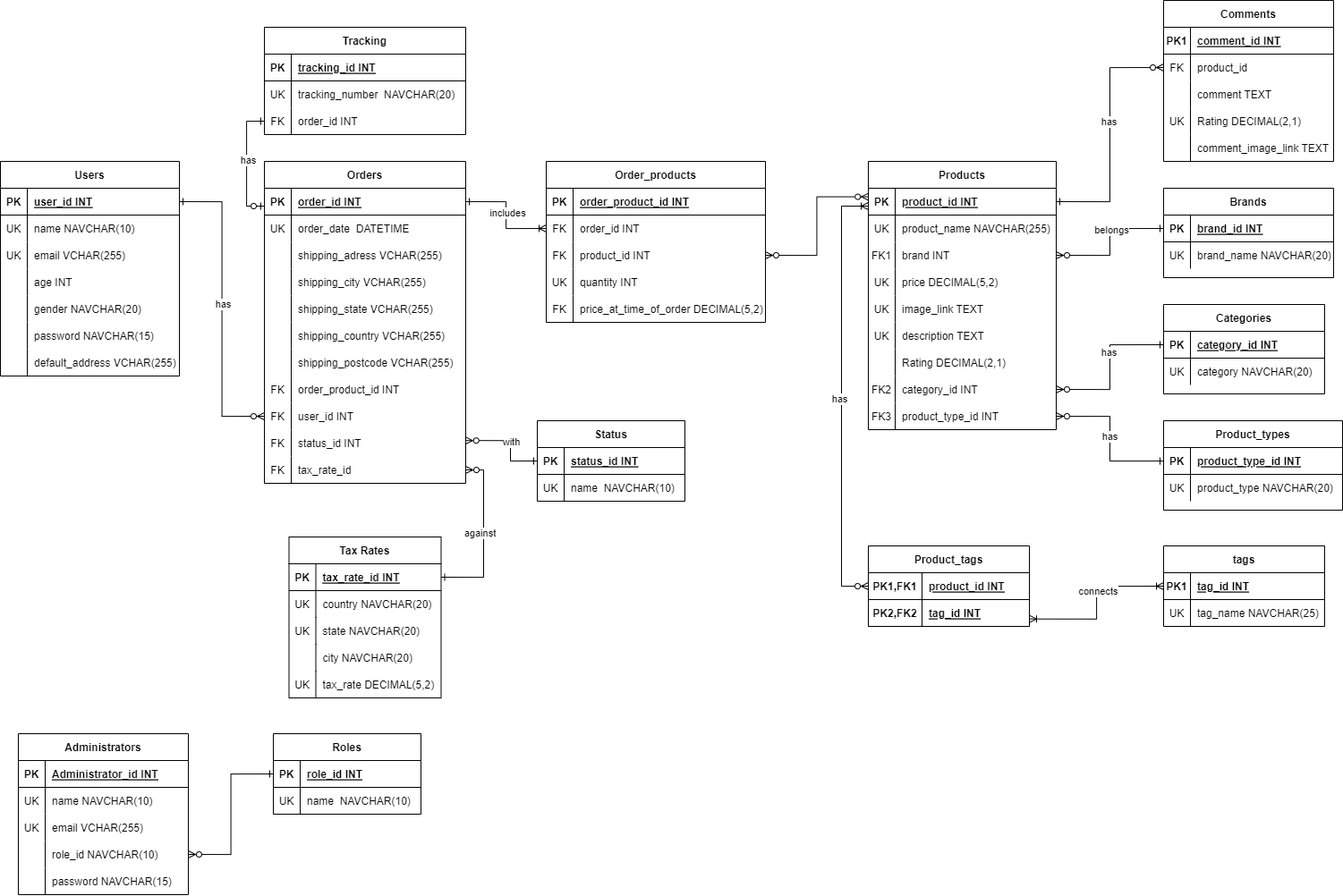
This is Make_up_e-commerce-store_ERD_update.drawio.png from jyang5-rrc/Full_stack_web_final_project, a draw.io export, as it was before one commit. Source tidied: cells renumbered, new cells last; positions are measured from the earlier drawing's top-left corner, leaving out a move shared by most shapes.
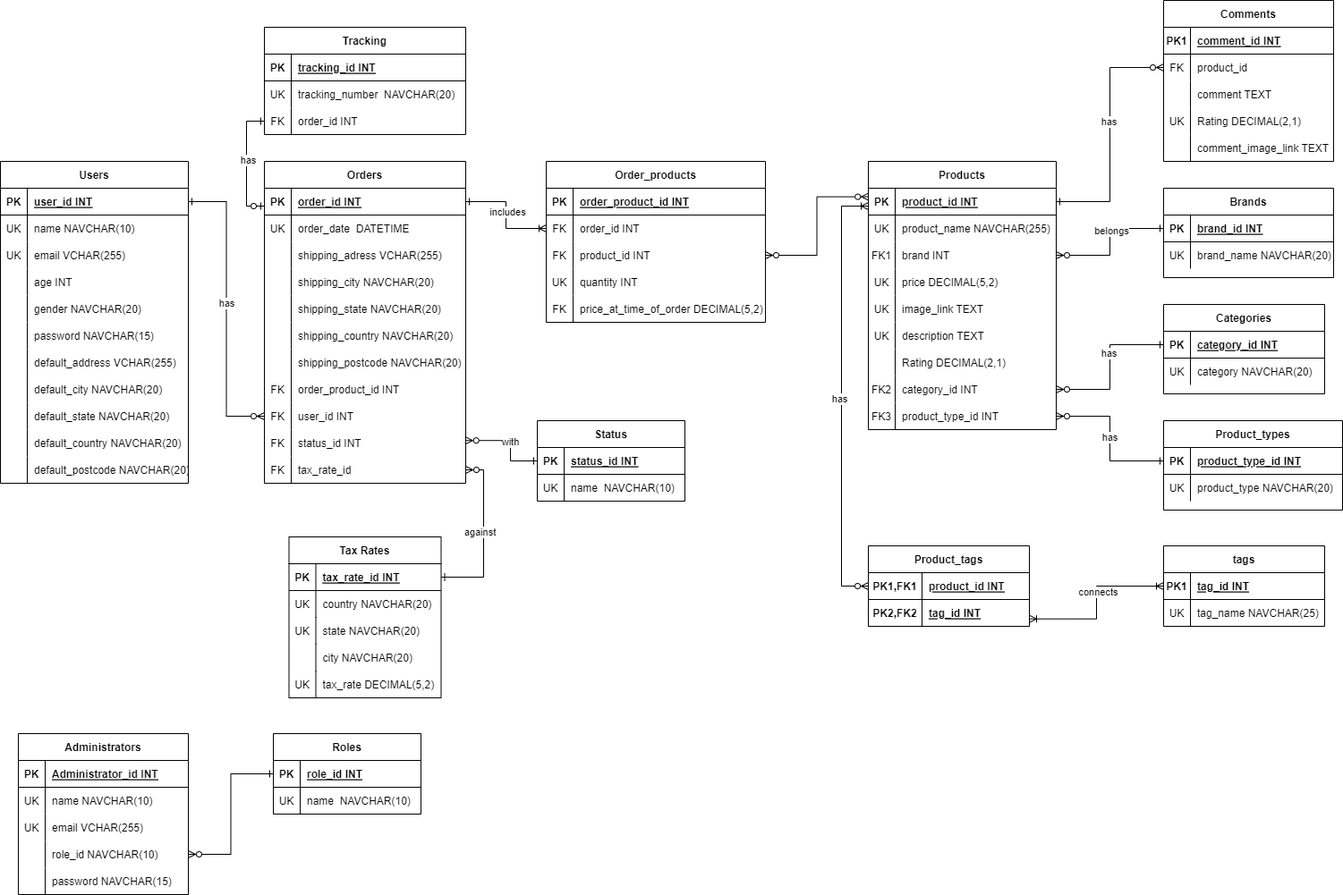
Above is the later version.

Change to the diagram source:
```diff
@@ -283,71 +283,107 @@
       <mxGeometry x="-0.11" y="-2" relative="1" as="geometry" />
     </mxCell>
     <mxCell id="93" value="Users" style="shape=table;startSize=30;rowLines=0;fontStyle=1;align=center;" parent="1" vertex="1">
-      <mxGeometry y="180" width="200" height="240" as="geometry" />
+      <mxGeometry y="180" width="210" height="360" as="geometry" />
     </mxCell>
     <mxCell id="94" style="shape=partialRectangle;fillColor=none;points=[[0,0.5],[1,0.5]];portConstraint=eastwest;top=0;left=0;right=0;bottom=1;" parent="93" vertex="1">
-      <mxGeometry y="30" width="200" height="30" as="geometry" />
+      <mxGeometry y="30" width="210" height="30" as="geometry" />
     </mxCell>
     <mxCell id="95" value="PK" style="shape=partialRectangle;overflow=hidden;fillColor=none;top=0;left=0;bottom=0;right=0;fontStyle=1;" parent="94" vertex="1">
       <mxGeometry width="30" height="30" as="geometry" />
     </mxCell>
     <mxCell id="96" value="user_id INT" style="shape=partialRectangle;overflow=hidden;fillColor=none;top=0;left=0;bottom=0;right=0;align=left;spacingLeft=6;fontStyle=5;" parent="94" vertex="1">
-      <mxGeometry x="30" width="170" height="30" as="geometry" />
+      <mxGeometry x="30" width="180" height="30" as="geometry" />
     </mxCell>
     <mxCell id="97" style="shape=partialRectangle;fillColor=none;top=0;left=0;right=0;bottom=0;" parent="93" vertex="1">
-      <mxGeometry y="60" width="200" height="30" as="geometry" />
+      <mxGeometry y="60" width="210" height="30" as="geometry" />
     </mxCell>
     <mxCell id="98" value="UK" style="shape=partialRectangle;overflow=hidden;fillColor=none;top=0;left=0;bottom=0;right=0;" parent="97" vertex="1">
       <mxGeometry width="30" height="30" as="geometry" />
     </mxCell>
     <mxCell id="99" value="name NAVCHAR(10) " style="shape=partialRectangle;overflow=hidden;fillColor=none;top=0;left=0;bottom=0;right=0;align=left;spacingLeft=6;" parent="97" vertex="1">
-      <mxGeometry x="30" width="170" height="30" as="geometry" />
+      <mxGeometry x="30" width="180" height="30" as="geometry" />
     </mxCell>
     <mxCell id="100" style="shape=partialRectangle;fillColor=none;top=0;left=0;right=0;bottom=0;" parent="93" vertex="1">
-      <mxGeometry y="90" width="200" height="30" as="geometry" />
+      <mxGeometry y="90" width="210" height="30" as="geometry" />
     </mxCell>
     <mxCell id="101" value="UK" style="shape=partialRectangle;overflow=hidden;fillColor=none;top=0;left=0;bottom=0;right=0;" parent="100" vertex="1">
       <mxGeometry width="30" height="30" as="geometry" />
     </mxCell>
     <mxCell id="102" value="email VCHAR(255) " style="shape=partialRectangle;overflow=hidden;fillColor=none;top=0;left=0;bottom=0;right=0;align=left;spacingLeft=6;" parent="100" vertex="1">
-      <mxGeometry x="30" width="170" height="30" as="geometry" />
+      <mxGeometry x="30" width="180" height="30" as="geometry" />
     </mxCell>
     <mxCell id="103" style="shape=partialRectangle;fillColor=none;top=0;left=0;right=0;bottom=0;" parent="93" vertex="1">
-      <mxGeometry y="120" width="200" height="30" as="geometry" />
+      <mxGeometry y="120" width="210" height="30" as="geometry" />
     </mxCell>
     <mxCell id="104" style="shape=partialRectangle;overflow=hidden;fillColor=none;top=0;left=0;bottom=0;right=0;" parent="103" vertex="1">
       <mxGeometry width="30" height="30" as="geometry" />
     </mxCell>
     <mxCell id="105" value="age INT" style="shape=partialRectangle;overflow=hidden;fillColor=none;top=0;left=0;bottom=0;right=0;align=left;spacingLeft=6;" parent="103" vertex="1">
-      <mxGeometry x="30" width="170" height="30" as="geometry" />
+      <mxGeometry x="30" width="180" height="30" as="geometry" />
     </mxCell>
     <mxCell id="106" style="shape=partialRectangle;fillColor=none;top=0;left=0;right=0;bottom=0;" parent="93" vertex="1">
-      <mxGeometry y="150" width="200" height="30" as="geometry" />
+      <mxGeometry y="150" width="210" height="30" as="geometry" />
     </mxCell>
     <mxCell id="107" style="shape=partialRectangle;overflow=hidden;fillColor=none;top=0;left=0;bottom=0;right=0;" parent="106" vertex="1">
       <mxGeometry width="30" height="30" as="geometry" />
     </mxCell>
     <mxCell id="108" value="gender NAVCHAR(20) " style="shape=partialRectangle;overflow=hidden;fillColor=none;top=0;left=0;bottom=0;right=0;align=left;spacingLeft=6;" parent="106" vertex="1">
-      <mxGeometry x="30" width="170" height="30" as="geometry" />
+      <mxGeometry x="30" width="180" height="30" as="geometry" />
     </mxCell>
     <mxCell id="109" style="shape=partialRectangle;fillColor=none;top=0;left=0;right=0;bottom=0;" parent="93" vertex="1">
-      <mxGeometry y="180" width="200" height="30" as="geometry" />
+      <mxGeometry y="180" width="210" height="30" as="geometry" />
     </mxCell>
     <mxCell id="110" style="shape=partialRectangle;overflow=hidden;fillColor=none;top=0;left=0;bottom=0;right=0;" parent="109" vertex="1">
       <mxGeometry width="30" height="30" as="geometry" />
     </mxCell>
     <mxCell id="111" value="password NAVCHAR(15)" style="shape=partialRectangle;overflow=hidden;fillColor=none;top=0;left=0;bottom=0;right=0;align=left;spacingLeft=6;" parent="109" vertex="1">
-      <mxGeometry x="30" width="170" height="30" as="geometry" />
+      <mxGeometry x="30" width="180" height="30" as="geometry" />
     </mxCell>
     <mxCell id="112" style="shape=partialRectangle;fillColor=none;top=0;left=0;right=0;bottom=0;" parent="93" vertex="1">
-      <mxGeometry y="210" width="200" height="30" as="geometry" />
+      <mxGeometry y="210" width="210" height="30" as="geometry" />
     </mxCell>
     <mxCell id="113" style="shape=partialRectangle;overflow=hidden;fillColor=none;top=0;left=0;bottom=0;right=0;" parent="112" vertex="1">
       <mxGeometry width="30" height="30" as="geometry" />
     </mxCell>
     <mxCell id="114" value="default_address VCHAR(255)" style="shape=partialRectangle;overflow=hidden;fillColor=none;top=0;left=0;bottom=0;right=0;align=left;spacingLeft=6;" parent="112" vertex="1">
-      <mxGeometry x="30" width="170" height="30" as="geometry" />
+      <mxGeometry x="30" width="180" height="30" as="geometry" />
     </mxCell>
+    <mxCell id="233" style="shape=partialRectangle;fillColor=none;top=0;left=0;right=0;bottom=0;" parent="93" vertex="1">
+      <mxGeometry y="240" width="210" height="30" as="geometry" />
+    </mxCell>
+    <mxCell id="234" style="shape=partialRectangle;overflow=hidden;fillColor=none;top=0;left=0;bottom=0;right=0;" parent="233" vertex="1">
+      <mxGeometry width="30" height="30" as="geometry" />
+    </mxCell>
+    <mxCell id="235" value="default_city NAVCHAR(20)" style="shape=partialRectangle;overflow=hidden;fillColor=none;top=0;left=0;bottom=0;right=0;align=left;spacingLeft=6;" parent="233" vertex="1">
+      <mxGeometry x="30" width="180" height="30" as="geometry" />
+    </mxCell>
+    <mxCell id="236" style="shape=partialRectangle;fillColor=none;top=0;left=0;right=0;bottom=0;" parent="93" vertex="1">
+      <mxGeometry y="270" width="210" height="30" as="geometry" />
+    </mxCell>
+    <mxCell id="237" style="shape=partialRectangle;overflow=hidden;fillColor=none;top=0;left=0;bottom=0;right=0;" parent="236" vertex="1">
+      <mxGeometry width="30" height="30" as="geometry" />
+    </mxCell>
+    <mxCell id="238" value="default_state NAVCHAR(20)" style="shape=partialRectangle;overflow=hidden;fillColor=none;top=0;left=0;bottom=0;right=0;align=left;spacingLeft=6;" parent="236" vertex="1">
+      <mxGeometry x="30" width="180" height="30" as="geometry" />
+    </mxCell>
+    <mxCell id="239" style="shape=partialRectangle;fillColor=none;top=0;left=0;right=0;bottom=0;" parent="93" vertex="1">
+      <mxGeometry y="300" width="210" height="30" as="geometry" />
+    </mxCell>
+    <mxCell id="240" style="shape=partialRectangle;overflow=hidden;fillColor=none;top=0;left=0;bottom=0;right=0;" parent="239" vertex="1">
+      <mxGeometry width="30" height="30" as="geometry" />
+    </mxCell>
+    <mxCell id="241" value="default_country NAVCHAR(20)" style="shape=partialRectangle;overflow=hidden;fillColor=none;top=0;left=0;bottom=0;right=0;align=left;spacingLeft=6;" parent="239" vertex="1">
+      <mxGeometry x="30" width="180" height="30" as="geometry" />
+    </mxCell>
+    <mxCell id="242" style="shape=partialRectangle;fillColor=none;top=0;left=0;right=0;bottom=0;" parent="93" vertex="1">
+      <mxGeometry y="330" width="210" height="30" as="geometry" />
+    </mxCell>
+    <mxCell id="243" style="shape=partialRectangle;overflow=hidden;fillColor=none;top=0;left=0;bottom=0;right=0;" parent="242" vertex="1">
+      <mxGeometry width="30" height="30" as="geometry" />
+    </mxCell>
+    <mxCell id="244" value="default_postcode NAVCHAR(20)" style="shape=partialRectangle;overflow=hidden;fillColor=none;top=0;left=0;bottom=0;right=0;align=left;spacingLeft=6;" parent="242" vertex="1">
+      <mxGeometry x="30" width="180" height="30" as="geometry" />
+    </mxCell>
     <mxCell id="115" value="Orders" style="shape=table;startSize=30;rowLines=0;fontStyle=1;align=center;" parent="1" vertex="1">
       <mxGeometry x="295" y="180" width="225" height="360" as="geometry" />
     </mxCell>
@@ -384,7 +420,7 @@
     <mxCell id="126" style="shape=partialRectangle;overflow=hidden;fillColor=none;top=0;left=0;bottom=0;right=0;" parent="125" vertex="1">
       <mxGeometry width="30" height="30" as="geometry" />
     </mxCell>
-    <mxCell id="127" value="shipping_city VCHAR(255)" style="shape=partialRectangle;overflow=hidden;fillColor=none;top=0;left=0;bottom=0;right=0;align=left;spacingLeft=6;" parent="125" vertex="1">
+    <mxCell id="127" value="shipping_city NAVCHAR(20)" style="shape=partialRectangle;overflow=hidden;fillColor=none;top=0;left=0;bottom=0;right=0;align=left;spacingLeft=6;" parent="125" vertex="1">
       <mxGeometry x="30" width="195" height="30" as="geometry" />
     </mxCell>
     <mxCell id="128" style="shape=partialRectangle;fillColor=none;top=0;left=0;right=0;bottom=0;" parent="115" vertex="1">
@@ -393,7 +429,7 @@
     <mxCell id="129" style="shape=partialRectangle;overflow=hidden;fillColor=none;top=0;left=0;bottom=0;right=0;" parent="128" vertex="1">
       <mxGeometry width="30" height="30" as="geometry" />
     </mxCell>
-    <mxCell id="130" value="shipping_state VCHAR(255)" style="shape=partialRectangle;overflow=hidden;fillColor=none;top=0;left=0;bottom=0;right=0;align=left;spacingLeft=6;" parent="128" vertex="1">
+    <mxCell id="130" value="shipping_state NAVCHAR(20)" style="shape=partialRectangle;overflow=hidden;fillColor=none;top=0;left=0;bottom=0;right=0;align=left;spacingLeft=6;" parent="128" vertex="1">
       <mxGeometry x="30" width="195" height="30" as="geometry" />
     </mxCell>
     <mxCell id="131" style="shape=partialRectangle;fillColor=none;top=0;left=0;right=0;bottom=0;" parent="115" vertex="1">
@@ -402,7 +438,7 @@
     <mxCell id="132" style="shape=partialRectangle;overflow=hidden;fillColor=none;top=0;left=0;bottom=0;right=0;" parent="131" vertex="1">
       <mxGeometry width="30" height="30" as="geometry" />
     </mxCell>
-    <mxCell id="133" value="shipping_country VCHAR(255)" style="shape=partialRectangle;overflow=hidden;fillColor=none;top=0;left=0;bottom=0;right=0;align=left;spacingLeft=6;" parent="131" vertex="1">
+    <mxCell id="133" value="shipping_country NAVCHAR(20)" style="shape=partialRectangle;overflow=hidden;fillColor=none;top=0;left=0;bottom=0;right=0;align=left;spacingLeft=6;" parent="131" vertex="1">
       <mxGeometry x="30" width="195" height="30" as="geometry" />
     </mxCell>
     <mxCell id="134" style="shape=partialRectangle;fillColor=none;top=0;left=0;right=0;bottom=0;" parent="115" vertex="1">
@@ -411,7 +447,7 @@
     <mxCell id="135" style="shape=partialRectangle;overflow=hidden;fillColor=none;top=0;left=0;bottom=0;right=0;" parent="134" vertex="1">
       <mxGeometry width="30" height="30" as="geometry" />
     </mxCell>
-    <mxCell id="136" value="shipping_postcode VCHAR(255)" style="shape=partialRectangle;overflow=hidden;fillColor=none;top=0;left=0;bottom=0;right=0;align=left;spacingLeft=6;" parent="134" vertex="1">
+    <mxCell id="136" value="shipping_postcode NAVCHAR(20)" style="shape=partialRectangle;overflow=hidden;fillColor=none;top=0;left=0;bottom=0;right=0;align=left;spacingLeft=6;" parent="134" vertex="1">
       <mxGeometry x="30" width="195" height="30" as="geometry" />
     </mxCell>
     <mxCell id="137" style="shape=partialRectangle;fillColor=none;top=0;left=0;right=0;bottom=0;" parent="115" vertex="1">
```
